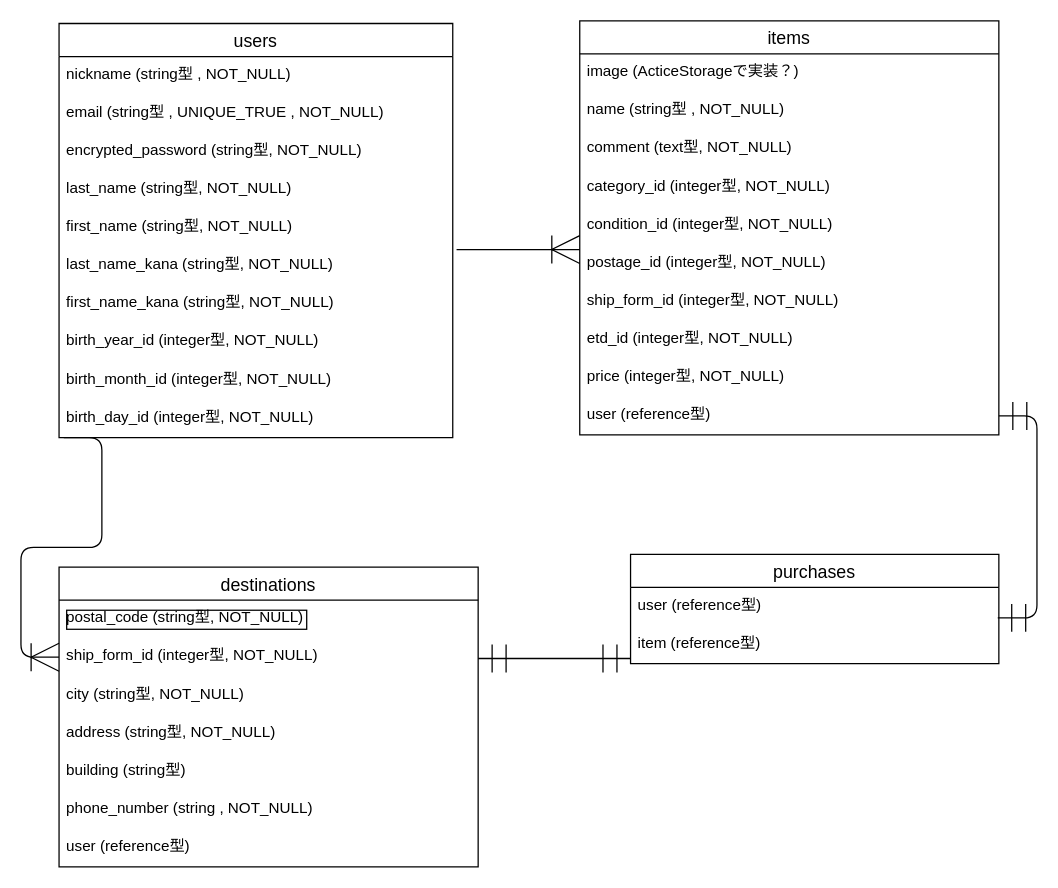
Above: config/furima-34845.dio in tn-0214/furima-34845 (draw.io), before the change. Source tidied: cells renumbered, new cells numbered last; positions are measured from the earlier drawing's top-left corner, leaving out a move shared by most shapes. Both pictures are drawn from the tidied source at 127%, with x=0, y=0 at pixel (58, 20).
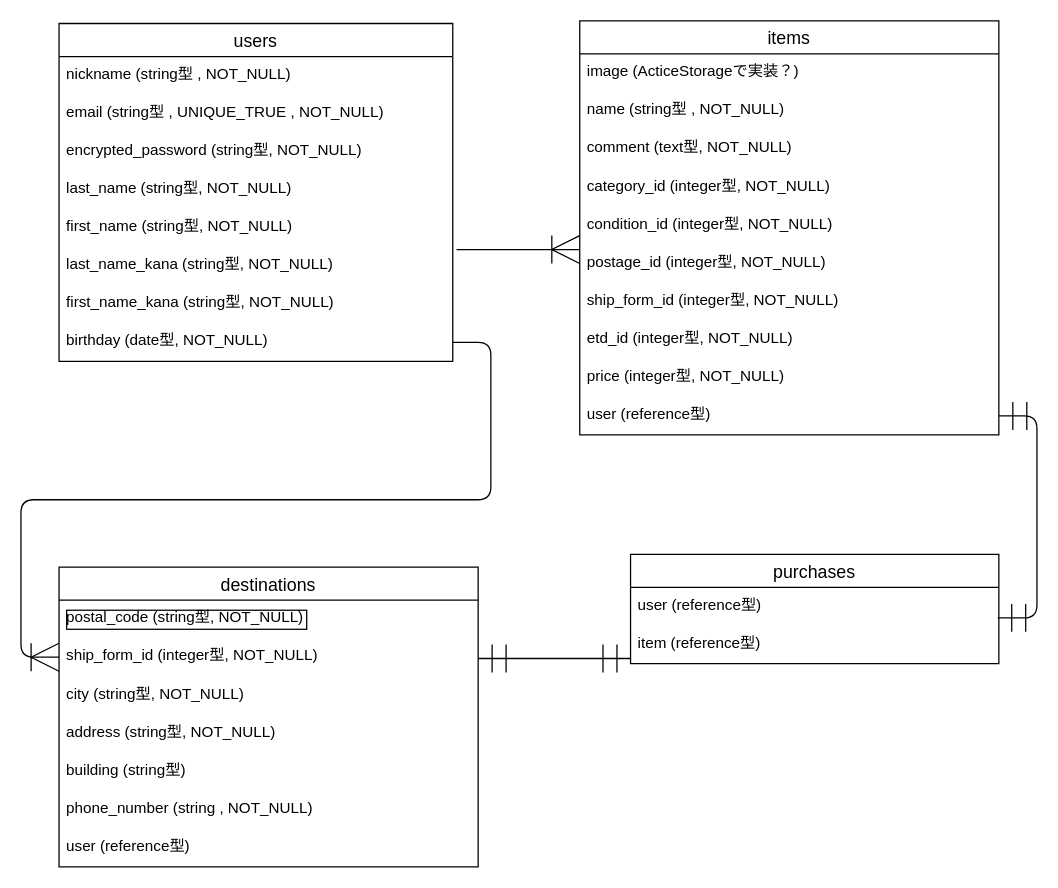
After the change.

What changed in the source:
```diff
@@
     <mxCell id="2" value="users" style="swimlane;fontStyle=0;horizontal=1;startSize=26;align=center;fontSize=14;" parent="1" vertex="1">
-      <mxGeometry y="2" width="310" height="326" as="geometry" />
+      <mxGeometry y="2" width="310" height="266" as="geometry" />
     </mxCell>
@@
-    <mxCell id="10" value="birth_year_id (integer型, NOT_NULL)" style="text;strokeColor=none;fillColor=none;spacingLeft=4;spacingRight=4;overflow=hidden;points=[[0,0.5],[1,0.5]];portConstraint=eastwest;fontSize=12;" parent="2" vertex="1">
+    <mxCell id="10" value="birthday (date型, NOT_NULL)" style="text;strokeColor=none;fillColor=none;spacingLeft=4;spacingRight=4;overflow=hidden;points=[[0,0.5],[1,0.5]];portConstraint=eastwest;fontSize=12;" parent="2" vertex="1">
       <mxGeometry y="236" width="310" height="30" as="geometry" />
     </mxCell>
-    <mxCell id="11" value="birth_month_id (integer型, NOT_NULL)" style="text;strokeColor=none;fillColor=none;spacingLeft=4;spacingRight=4;overflow=hidden;fontSize=12;" parent="2" vertex="1">
-      <mxGeometry y="266" width="310" height="30" as="geometry" />
-    </mxCell>
-    <mxCell id="12" value="birth_day_id (integer型, NOT_NULL)" style="text;strokeColor=none;fillColor=none;spacingLeft=4;spacingRight=4;overflow=hidden;points=[[0,0.5],[1,0.5]];portConstraint=eastwest;fontSize=12;" parent="2" vertex="1">
-      <mxGeometry y="296" width="310" height="30" as="geometry" />
-    </mxCell>
@@
-    <mxCell id="33" style="edgeStyle=entityRelationEdgeStyle;fontSize=12;html=1;endArrow=ERoneToMany;strokeWidth=1;entryX=0;entryY=0.5;entryDx=0;entryDy=0;endSize=20;exitX=0.012;exitY=1;exitDx=0;exitDy=0;exitPerimeter=0;" parent="1" edge="1" source="12">
+    <mxCell id="33" style="edgeStyle=entityRelationEdgeStyle;fontSize=12;html=1;endArrow=ERoneToMany;strokeWidth=1;entryX=0;entryY=0.5;entryDx=0;entryDy=0;endSize=20;exitX=1;exitY=0.5;exitDx=0;exitDy=0;" parent="1" edge="1" source="10">
       <mxGeometry relative="1" as="geometry">
         <mxPoint y="501" as="targetPoint" />
       </mxGeometry>
     </mxCell>
```
